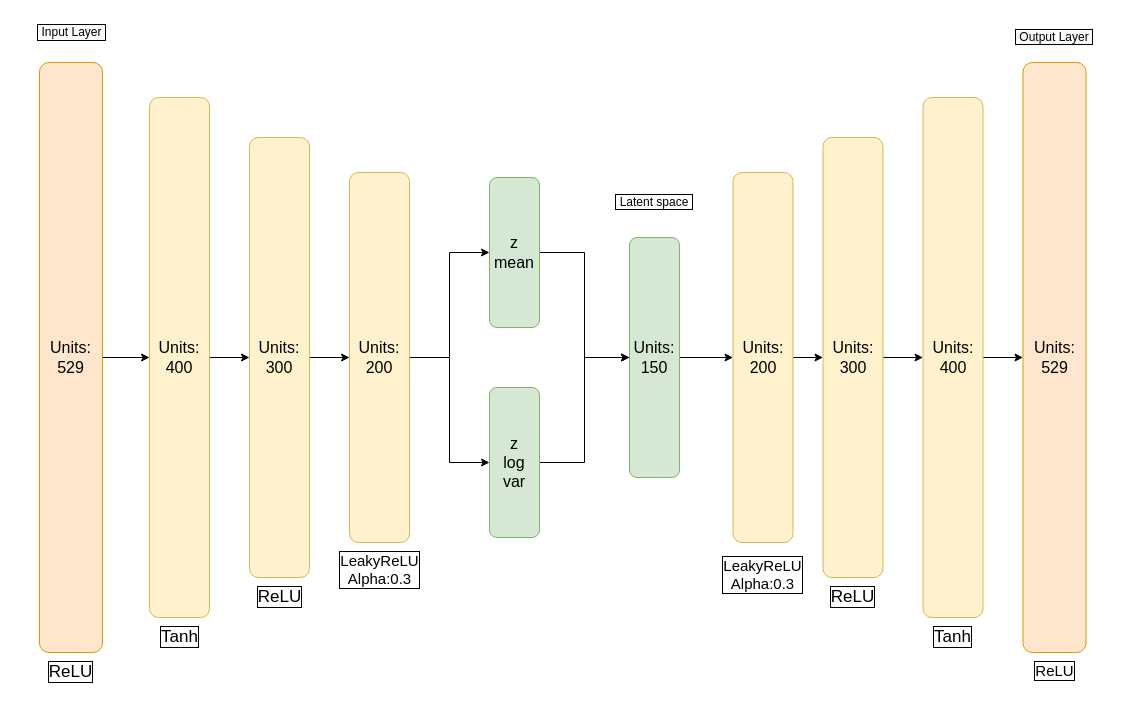
Above: Thesis/Figures/nnarchitect/vae_big.drawio in Gadangadang/MasterThesis (draw.io), before the change. Source tidied: cells renumbered, new cells numbered last; positions are measured from the earlier drawing's top-left corner, leaving out a move shared by most shapes. Both pictures are drawn from the tidied source at 100%, with x=0, y=0 at pixel (17, 17).
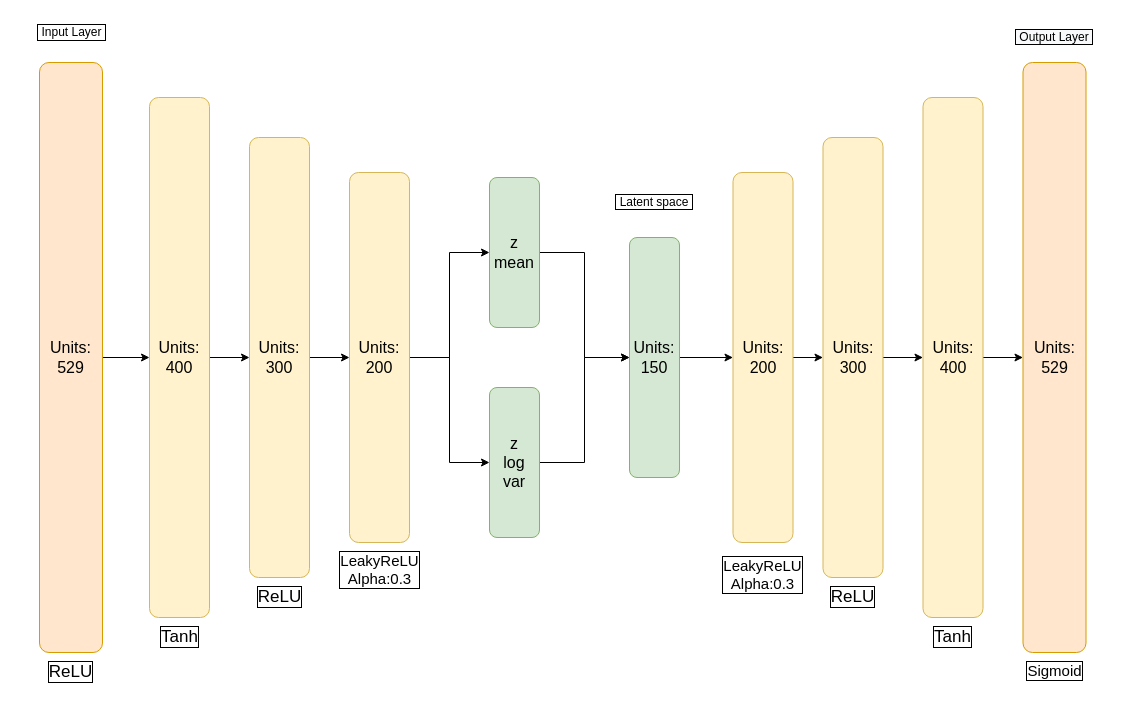
After the change.

What changed in the source:
```diff
@@
-    <mxCell id="24" value="&lt;div style=&quot;font-size: 15px;&quot;&gt;ReLU&lt;/div&gt;" style="text;whiteSpace=wrap;html=1;fontColor=#000000;align=center;labelBorderColor=default;spacing=4;fontSize=15;" parent="1" vertex="1">
+    <mxCell id="24" value="&lt;div style=&quot;font-size: 15px;&quot;&gt;Sigmoid&lt;/div&gt;" style="text;whiteSpace=wrap;html=1;fontColor=#000000;align=center;labelBorderColor=default;spacing=4;fontSize=15;" parent="1" vertex="1">
       <mxGeometry x="983.5" y="635" width="107" height="55" as="geometry" />
     </mxCell>
```
